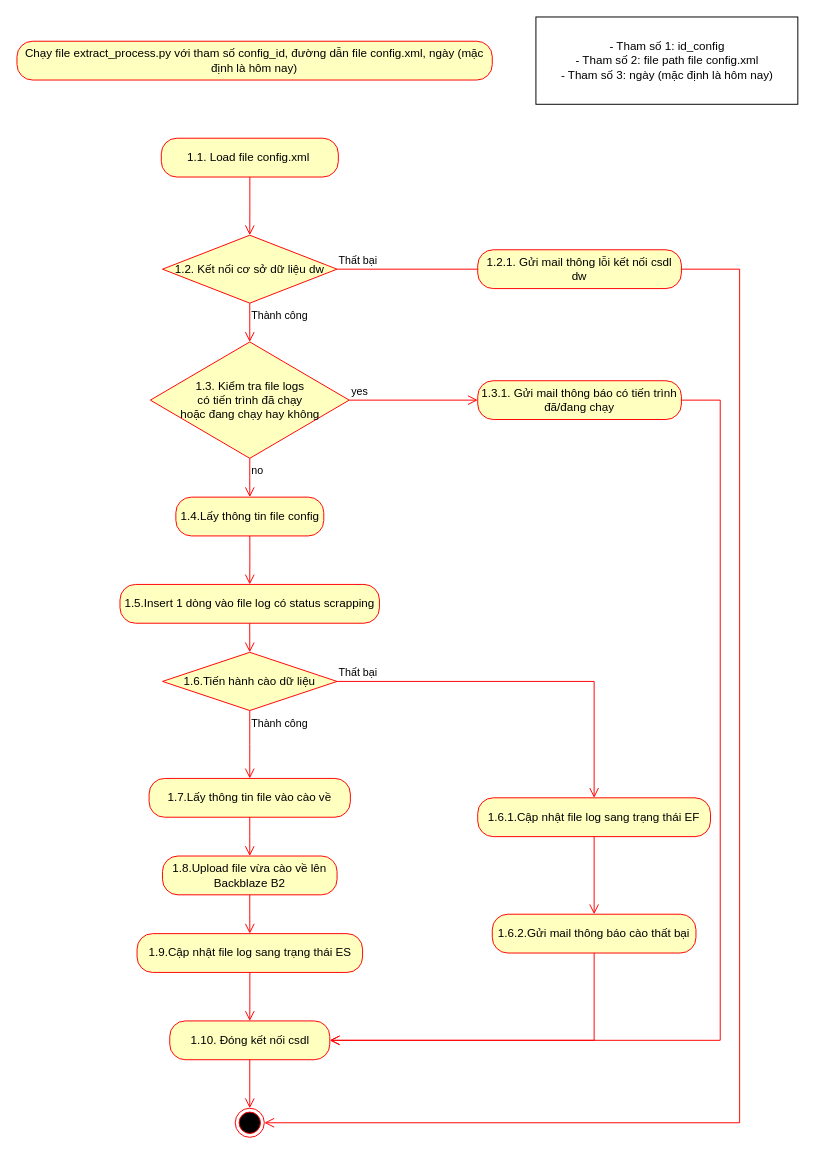
The draw.io diagram page "Extract File" (2 of 4) of architecture.drawio in million-dollar-dev/nlu-data-warehouse_project, before the edit. Source tidied: cells renumbered, new cells numbered last; positions are measured from the earlier drawing's top-left corner, leaving out a move shared by most shapes. Both pictures are drawn from the tidied source at 97%, with x=0, y=0 at pixel (16, 16).
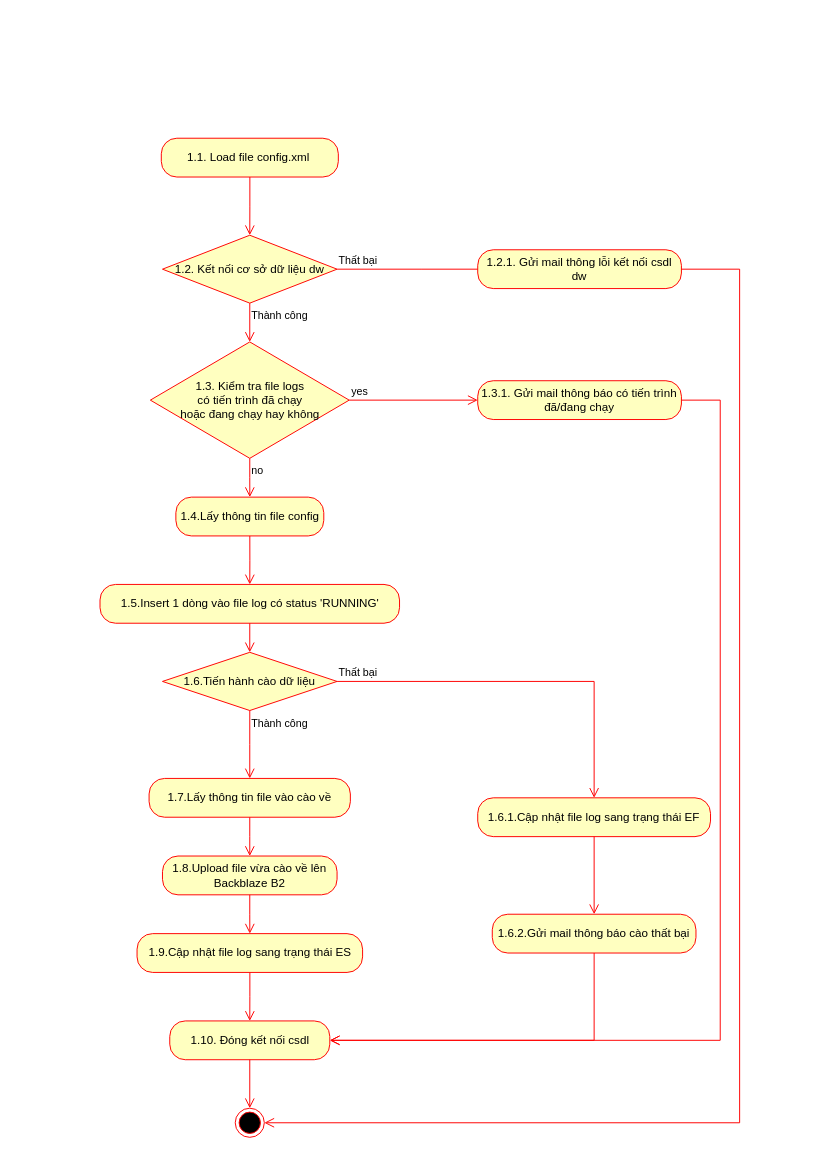
The same diagram, later.

Change to the diagram source:
```diff
@@
-    <mxCell id="2" value="Chạy file extract_process.py với tham số config_id, đường dẫn file config.xml, ngày (mặc định là hôm nay)" style="rounded=1;whiteSpace=wrap;html=1;arcSize=40;fontColor=#000000;fillColor=#ffffc0;strokeColor=#ff0000;" parent="1" vertex="1">
-      <mxGeometry y="25" width="490" height="40" as="geometry" />
-    </mxCell>
@@
-    <mxCell id="5" value="- Tham số 1: id_config&lt;br&gt;- Tham số 2: file path file config.xml&lt;br&gt;- Tham số 3: ngày (mặc định là hôm nay)" style="html=1;" parent="1" vertex="1">
-      <mxGeometry x="535" width="270" height="90" as="geometry" />
-    </mxCell>
@@
-    <mxCell id="18" value="1.5.Insert 1 dòng vào file log có status scrapping" style="rounded=1;whiteSpace=wrap;html=1;arcSize=40;fontColor=#000000;fillColor=#ffffc0;strokeColor=#ff0000;" parent="1" vertex="1">
-      <mxGeometry x="106.2" y="585" width="267.5" height="40" as="geometry" />
+    <mxCell id="18" value="1.5.Insert 1 dòng vào file log có status 'RUNNING'" style="rounded=1;whiteSpace=wrap;html=1;arcSize=40;fontColor=#000000;fillColor=#ffffc0;strokeColor=#ff0000;" parent="1" vertex="1">
+      <mxGeometry x="85.6" y="585" width="308.8" height="40" as="geometry" />
     </mxCell>
```
